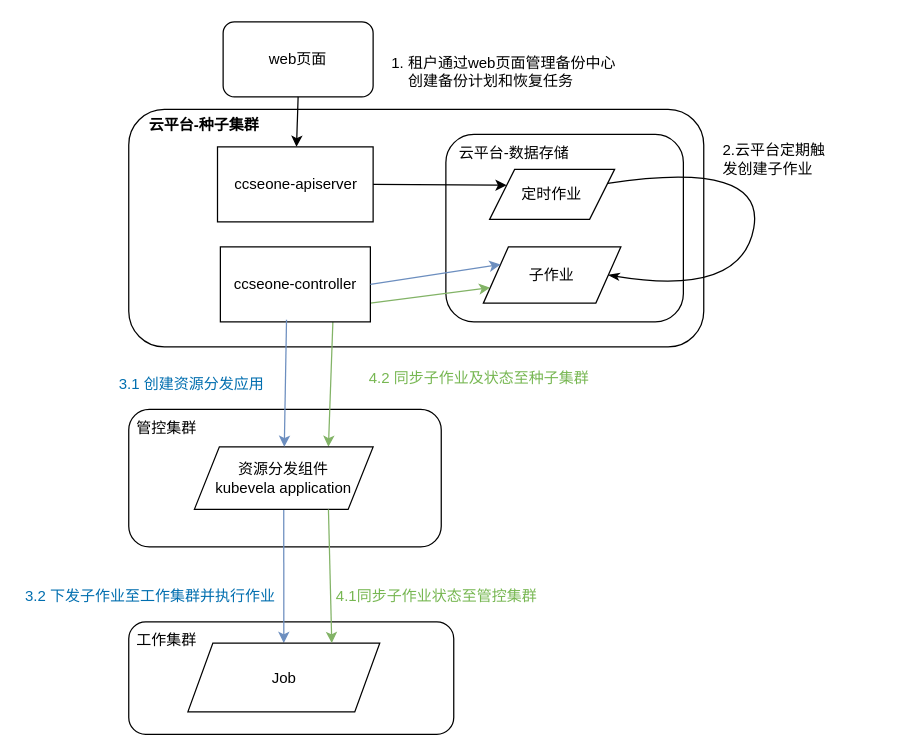
Tiny-VS-Lina/ccse keeps this draw.io diagram as page "专利-作业管理-对比02" (7 of 17) of drawio/zz.drawio. Above is the earlier version. Source tidied: cells renumbered, new cells numbered last; positions are measured from the earlier drawing's top-left corner, leaving out a move shared by most shapes. Both pictures are drawn from the tidied source at 125%, with x=0, y=0 at pixel (21, 21).
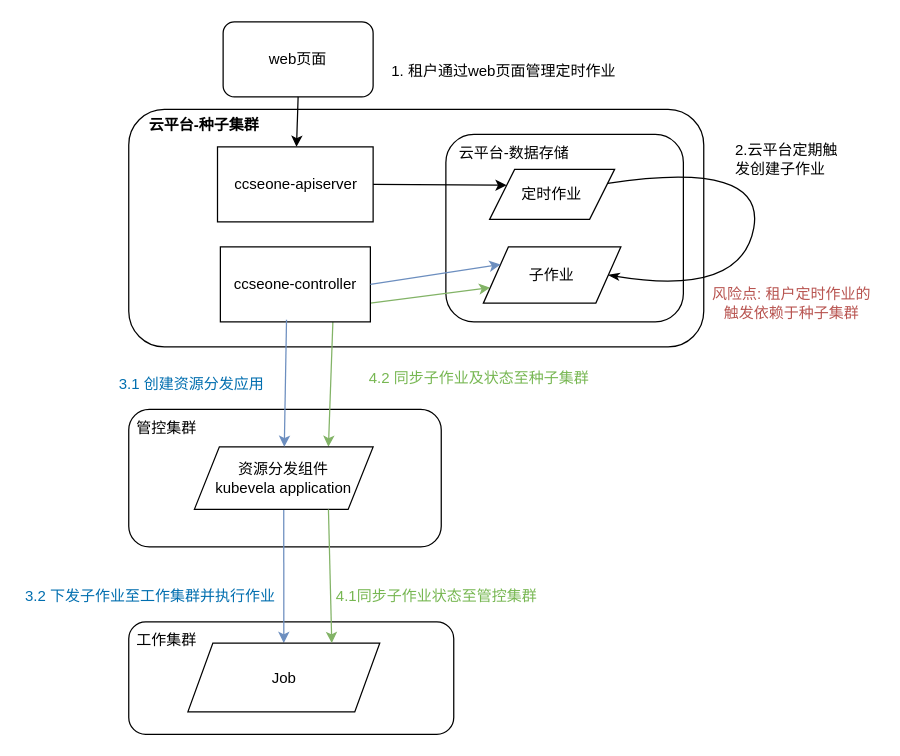
The same page after the edit.

Diff of the diagram source:
```diff
@@
-    <mxCell id="18" value="1.&amp;nbsp;租户通过web页面管理备份中心&lt;br&gt;&amp;nbsp; &amp;nbsp; 创建备份计划和恢复任务" style="text;html=1;strokeColor=none;fillColor=none;align=left;verticalAlign=middle;whiteSpace=wrap;rounded=0;" parent="1" vertex="1">
+    <mxCell id="18" value="1.&amp;nbsp;租户通过web页面管理定时作业" style="text;html=1;strokeColor=none;fillColor=none;align=left;verticalAlign=middle;whiteSpace=wrap;rounded=0;" parent="1" vertex="1">
       <mxGeometry x="294" y="20" width="201" height="40" as="geometry" />
     </mxCell>
@@
     <mxCell id="30" value="2.云平台定期触发创建子作业" style="text;html=1;strokeColor=none;fillColor=none;align=left;verticalAlign=middle;whiteSpace=wrap;rounded=0;" parent="1" vertex="1">
-      <mxGeometry x="559" y="90" width="93.5" height="40" as="geometry" />
+      <mxGeometry x="569" y="90" width="90" height="40" as="geometry" />
     </mxCell>
@@
+    <mxCell id="32" value="风险点:&amp;nbsp;租户定时作业的触发依赖于种子集群" style="text;html=1;strokeColor=none;fillColor=none;align=center;verticalAlign=middle;whiteSpace=wrap;rounded=0;fontColor=#b85450;" parent="1" vertex="1">
+      <mxGeometry x="545.5" y="210" width="140" height="30" as="geometry" />
+    </mxCell>
```
